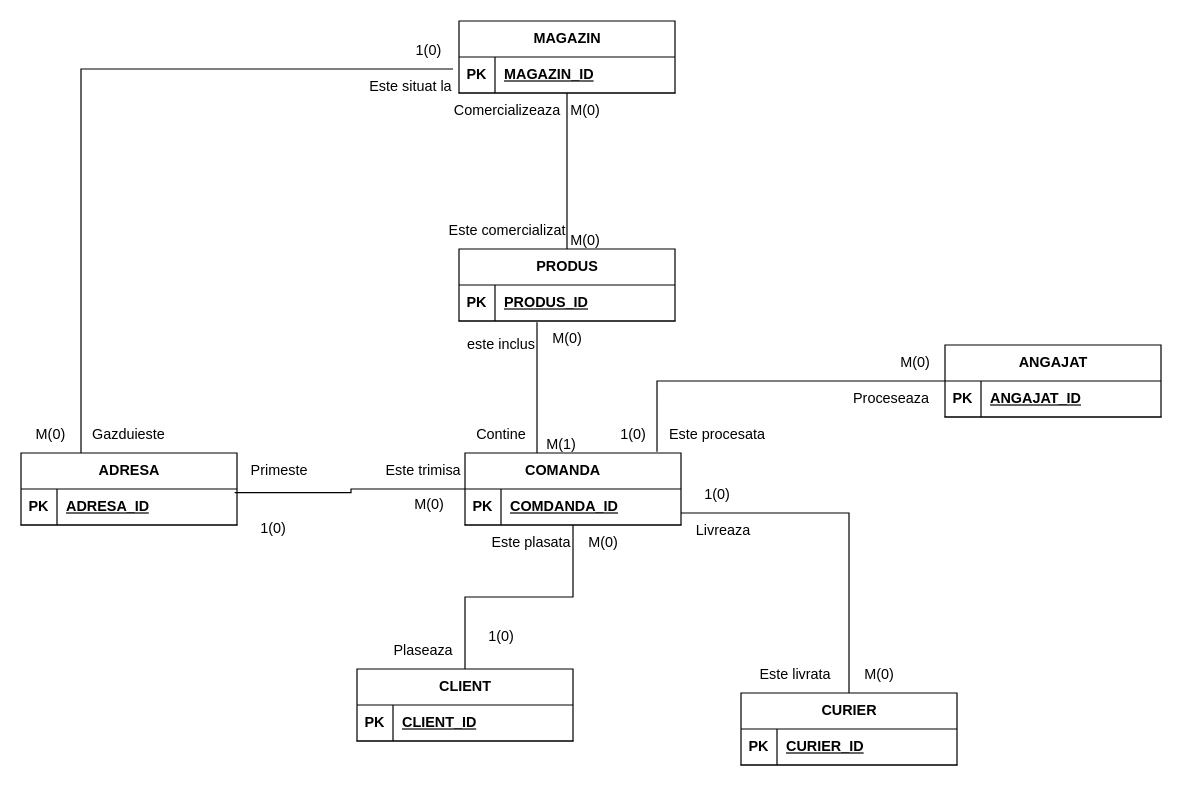
Mateiul123/BD keeps this draw.io diagram as Conceptual-Diagram.drawio. Above is the earlier version. Source tidied: cells renumbered, new cells numbered last; positions are measured from the earlier drawing's top-left corner, leaving out a move shared by most shapes. Both pictures are drawn from the tidied source at 120%, with x=0, y=0 at pixel (20, 20).
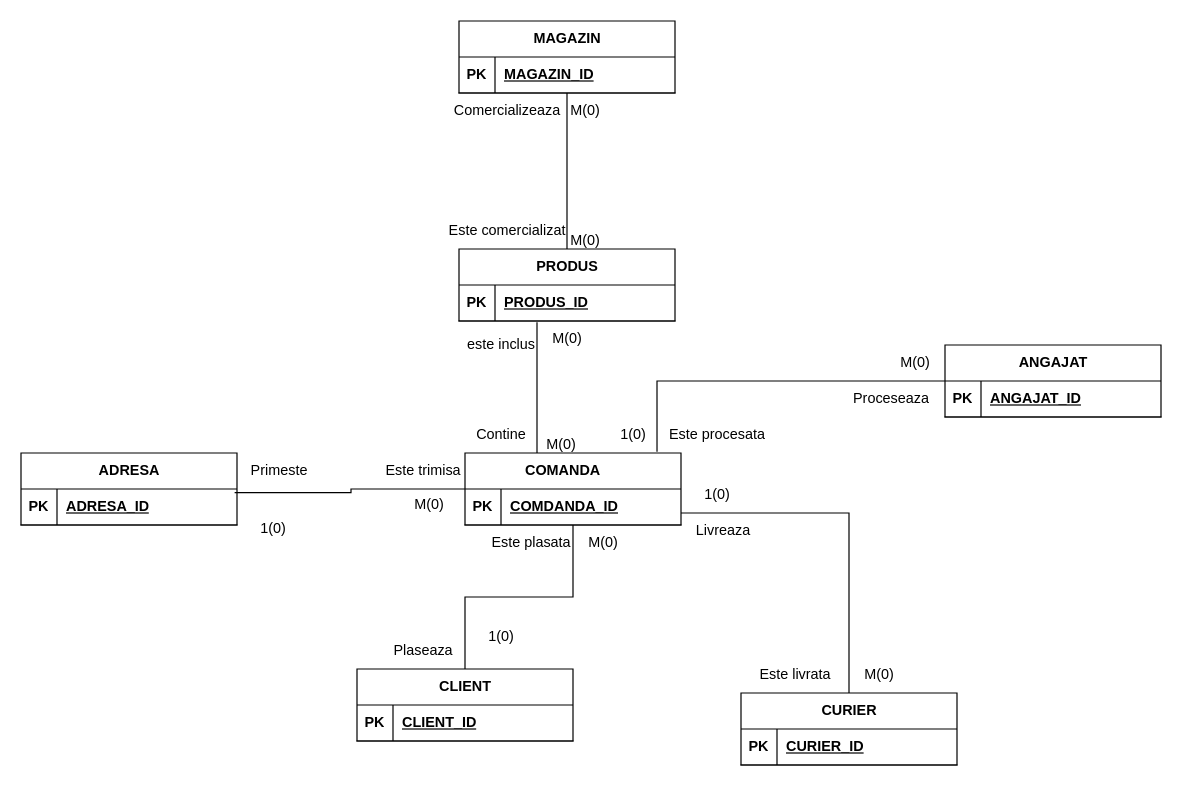
After the change.

The edit, as a diff of the source:
```diff
@@
-    <mxCell id="56" value="M(1)" style="text;html=1;align=center;verticalAlign=middle;strokeColor=none;fillColor=none;" parent="1" vertex="1">
+    <mxCell id="56" value="M(0)" style="text;html=1;align=center;verticalAlign=middle;strokeColor=none;fillColor=none;" parent="1" vertex="1">
       <mxGeometry x="425" y="338" width="50" height="30" as="geometry" />
     </mxCell>
@@
-    <mxCell id="60" style="endArrow=none;html=1;rounded=0;" parent="1" edge="1">
-      <mxGeometry relative="1" as="geometry">
-        <mxPoint x="50" y="360" as="sourcePoint" />
-        <mxPoint x="360" y="40" as="targetPoint" />
-        <Array as="points">
-          <mxPoint x="50" y="40" />
-        </Array>
-      </mxGeometry>
-    </mxCell>
-    <mxCell id="61" value="1(0)" style="text;html=1;whiteSpace=wrap;strokeColor=none;fillColor=none;align=center;verticalAlign=middle;rounded=0;" parent="1" vertex="1">
-      <mxGeometry x="320" y="10" width="40" height="30" as="geometry" />
-    </mxCell>
-    <mxCell id="62" value="M(0)" style="text;html=1;whiteSpace=wrap;strokeColor=none;fillColor=none;align=center;verticalAlign=middle;rounded=0;" parent="1" vertex="1">
-      <mxGeometry y="330" width="50" height="30" as="geometry" />
-    </mxCell>
-    <mxCell id="63" value="Este situat la" style="text;html=1;whiteSpace=wrap;strokeColor=none;fillColor=none;align=center;verticalAlign=middle;rounded=0;" parent="1" vertex="1">
-      <mxGeometry x="280" y="40" width="90" height="30" as="geometry" />
-    </mxCell>
-    <mxCell id="64" value="Gazduieste" style="text;html=1;whiteSpace=wrap;strokeColor=none;fillColor=none;align=center;verticalAlign=middle;rounded=0;" parent="1" vertex="1">
-      <mxGeometry x="50" y="330" width="80" height="30" as="geometry" />
-    </mxCell>
```
